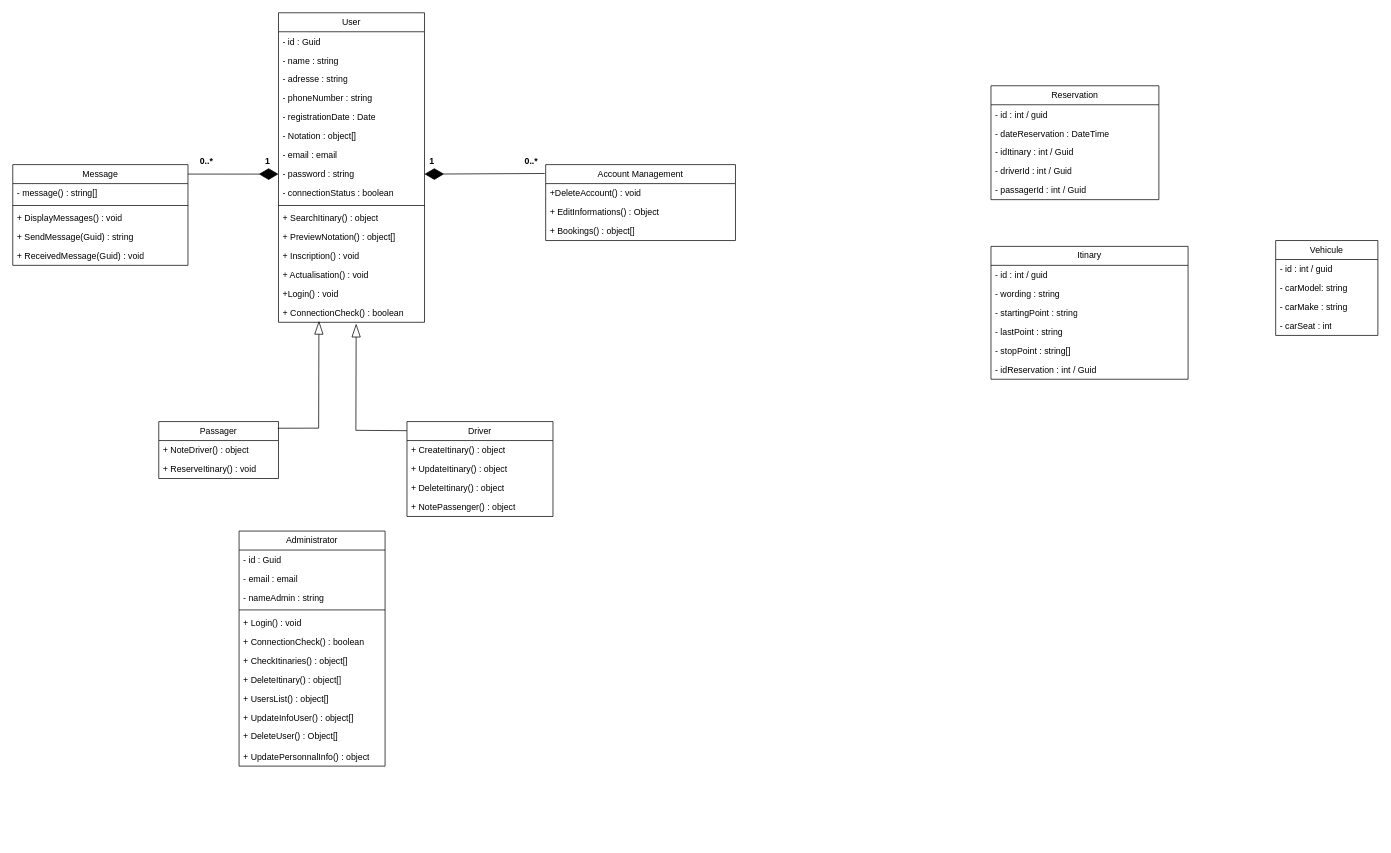
This is uml/DiagrammeClasses.drawio from Mathieu-Maillot/projetFileRouge, a draw.io file, before an edit. Source tidied: cells renumbered, new cells numbered last; positions are measured from the earlier drawing's top-left corner, leaving out a move shared by most shapes. Both pictures are drawn from the tidied source at 73%, with x=0, y=0 at pixel (12, 12).
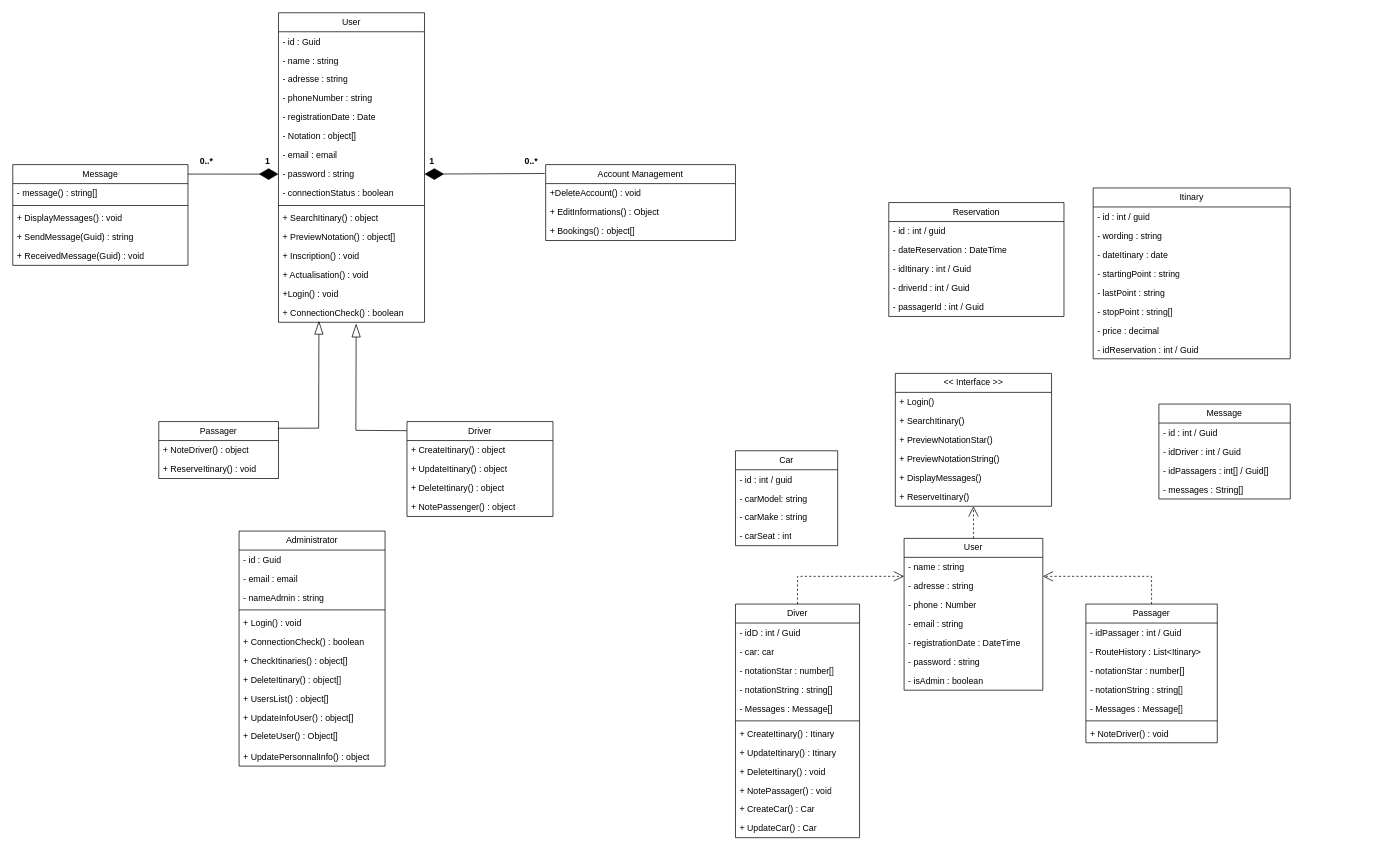
Above is the later version.

Diff of the diagram source:
```diff
@@
     <mxCell id="58" value="Reservation" style="swimlane;fontStyle=0;horizontal=1;startSize=26;fillColor=none;whiteSpace=wrap;html=1;" parent="1" vertex="1">
-      <mxGeometry x="1340" y="100" width="230" height="156" as="geometry" />
+      <mxGeometry x="1200" y="260" width="240" height="156" as="geometry" />
     </mxCell>
     <mxCell id="59" value="- id : int / guid" style="text;strokeColor=none;fillColor=none;align=left;verticalAlign=top;spacingLeft=4;spacingRight=4;overflow=hidden;whiteSpace=wrap;html=1;" parent="58" vertex="1">
-      <mxGeometry y="26" width="230" height="26" as="geometry" />
+      <mxGeometry y="26" width="240" height="26" as="geometry" />
     </mxCell>
     <mxCell id="60" value="- dateReservation : DateTime" style="text;strokeColor=none;fillColor=none;align=left;verticalAlign=top;spacingLeft=4;spacingRight=4;overflow=hidden;whiteSpace=wrap;html=1;" parent="58" vertex="1">
-      <mxGeometry y="52" width="230" height="26" as="geometry" />
+      <mxGeometry y="52" width="240" height="26" as="geometry" />
     </mxCell>
     <mxCell id="61" value="- idItinary : int / Guid" style="text;strokeColor=none;fillColor=none;align=left;verticalAlign=top;spacingLeft=4;spacingRight=4;overflow=hidden;whiteSpace=wrap;html=1;" parent="58" vertex="1">
-      <mxGeometry y="78" width="230" height="26" as="geometry" />
+      <mxGeometry y="78" width="240" height="26" as="geometry" />
     </mxCell>
     <mxCell id="62" value="- driverId : int / Guid" style="text;strokeColor=none;fillColor=none;align=left;verticalAlign=top;spacingLeft=4;spacingRight=4;overflow=hidden;whiteSpace=wrap;html=1;" parent="58" vertex="1">
-      <mxGeometry y="104" width="230" height="26" as="geometry" />
+      <mxGeometry y="104" width="240" height="26" as="geometry" />
     </mxCell>
     <mxCell id="63" value="- passagerId : int / Guid" style="text;strokeColor=none;fillColor=none;align=left;verticalAlign=top;spacingLeft=4;spacingRight=4;overflow=hidden;whiteSpace=wrap;html=1;" parent="58" vertex="1">
-      <mxGeometry y="130" width="230" height="26" as="geometry" />
+      <mxGeometry y="130" width="240" height="26" as="geometry" />
     </mxCell>
     <mxCell id="64" value="Itinary" style="swimlane;fontStyle=0;horizontal=1;startSize=26;fillColor=none;whiteSpace=wrap;html=1;" parent="1" vertex="1">
-      <mxGeometry x="1340" y="320" width="270" height="182" as="geometry" />
+      <mxGeometry x="1480" y="240" width="270" height="234" as="geometry" />
     </mxCell>
@@
+    <mxCell id="76" value="- dateItinary : date" style="text;strokeColor=none;fillColor=none;align=left;verticalAlign=top;spacingLeft=4;spacingRight=4;overflow=hidden;whiteSpace=wrap;html=1;" parent="64" vertex="1">
+      <mxGeometry y="78" width="270" height="26" as="geometry" />
+    </mxCell>
     <mxCell id="67" value="- startingPoint : string" style="text;strokeColor=none;fillColor=none;align=left;verticalAlign=top;spacingLeft=4;spacingRight=4;overflow=hidden;whiteSpace=wrap;html=1;" parent="64" vertex="1">
-      <mxGeometry y="78" width="270" height="26" as="geometry" />
+      <mxGeometry y="104" width="270" height="26" as="geometry" />
     </mxCell>
     <mxCell id="68" value="- lastPoint : string" style="text;strokeColor=none;fillColor=none;align=left;verticalAlign=top;spacingLeft=4;spacingRight=4;overflow=hidden;whiteSpace=wrap;html=1;" parent="64" vertex="1">
-      <mxGeometry y="104" width="270" height="26" as="geometry" />
+      <mxGeometry y="130" width="270" height="26" as="geometry" />
     </mxCell>
     <mxCell id="69" value="- stopPoint : string[]" style="text;strokeColor=none;fillColor=none;align=left;verticalAlign=top;spacingLeft=4;spacingRight=4;overflow=hidden;whiteSpace=wrap;html=1;" parent="64" vertex="1">
-      <mxGeometry y="130" width="270" height="26" as="geometry" />
+      <mxGeometry y="156" width="270" height="26" as="geometry" />
     </mxCell>
+    <mxCell id="77" value="- price : decimal" style="text;strokeColor=none;fillColor=none;align=left;verticalAlign=top;spacingLeft=4;spacingRight=4;overflow=hidden;whiteSpace=wrap;html=1;" parent="64" vertex="1">
+      <mxGeometry y="182" width="270" height="26" as="geometry" />
+    </mxCell>
     <mxCell id="70" value="- idReservation : int / Guid" style="text;strokeColor=none;fillColor=none;align=left;verticalAlign=top;spacingLeft=4;spacingRight=4;overflow=hidden;whiteSpace=wrap;html=1;" parent="64" vertex="1">
-      <mxGeometry y="156" width="270" height="26" as="geometry" />
+      <mxGeometry y="208" width="270" height="26" as="geometry" />
     </mxCell>
-    <mxCell id="71" value="Vehicule" style="swimlane;fontStyle=0;horizontal=1;startSize=26;fillColor=none;whiteSpace=wrap;html=1;" parent="1" vertex="1">
-      <mxGeometry x="1730" y="312" width="140" height="130" as="geometry" />
+    <mxCell id="71" value="Car" style="swimlane;fontStyle=0;horizontal=1;startSize=26;fillColor=none;whiteSpace=wrap;html=1;" parent="1" vertex="1">
+      <mxGeometry x="990" y="600" width="140" height="130" as="geometry" />
     </mxCell>
@@
+    <mxCell id="78" value="Diver" style="swimlane;fontStyle=0;horizontal=1;startSize=26;fillColor=none;whiteSpace=wrap;html=1;" parent="1" vertex="1">
+      <mxGeometry x="990" y="810" width="170" height="320" as="geometry" />
+    </mxCell>
+    <mxCell id="79" value="- idD : int / Guid" style="text;strokeColor=none;fillColor=none;align=left;verticalAlign=top;spacingLeft=4;spacingRight=4;overflow=hidden;whiteSpace=wrap;html=1;" parent="78" vertex="1">
+      <mxGeometry y="26" width="170" height="26" as="geometry" />
+    </mxCell>
+    <mxCell id="80" value="- car: car" style="text;strokeColor=none;fillColor=none;align=left;verticalAlign=top;spacingLeft=4;spacingRight=4;overflow=hidden;whiteSpace=wrap;html=1;" parent="78" vertex="1">
+      <mxGeometry y="52" width="170" height="26" as="geometry" />
+    </mxCell>
+    <mxCell id="81" value="- notationStar : number[]" style="text;strokeColor=none;fillColor=none;align=left;verticalAlign=top;spacingLeft=4;spacingRight=4;overflow=hidden;whiteSpace=wrap;html=1;" parent="78" vertex="1">
+      <mxGeometry y="78" width="170" height="26" as="geometry" />
+    </mxCell>
+    <mxCell id="82" value="- notationString : string[]" style="text;strokeColor=none;fillColor=none;align=left;verticalAlign=top;spacingLeft=4;spacingRight=4;overflow=hidden;whiteSpace=wrap;html=1;" parent="78" vertex="1">
+      <mxGeometry y="104" width="170" height="26" as="geometry" />
+    </mxCell>
+    <mxCell id="83" value="- Messages : Message[]" style="text;strokeColor=none;fillColor=none;align=left;verticalAlign=top;spacingLeft=4;spacingRight=4;overflow=hidden;whiteSpace=wrap;html=1;" parent="78" vertex="1">
+      <mxGeometry y="130" width="170" height="26" as="geometry" />
+    </mxCell>
+    <mxCell id="84" style="line;strokeWidth=1;fillColor=none;align=left;verticalAlign=middle;spacingTop=-1;spacingLeft=3;spacingRight=3;labelPosition=right;strokeColor=inherit;" parent="78" vertex="1">
+      <mxGeometry y="156" width="170" height="8" as="geometry" />
+    </mxCell>
+    <mxCell id="85" value="&lt;div&gt;+ CreateItinary() : Itinary&lt;/div&gt;" style="text;strokeColor=none;fillColor=none;align=left;verticalAlign=top;spacingLeft=4;spacingRight=4;overflow=hidden;whiteSpace=wrap;html=1;" parent="78" vertex="1">
+      <mxGeometry y="164" width="170" height="26" as="geometry" />
+    </mxCell>
+    <mxCell id="86" value="+ UpdateItinary() : Itinary" style="text;strokeColor=none;fillColor=none;align=left;verticalAlign=top;spacingLeft=4;spacingRight=4;overflow=hidden;whiteSpace=wrap;html=1;" parent="78" vertex="1">
+      <mxGeometry y="190" width="170" height="26" as="geometry" />
+    </mxCell>
+    <mxCell id="87" value="+ DeleteItinary() : void" style="text;strokeColor=none;fillColor=none;align=left;verticalAlign=top;spacingLeft=4;spacingRight=4;overflow=hidden;whiteSpace=wrap;html=1;" parent="78" vertex="1">
+      <mxGeometry y="216" width="170" height="26" as="geometry" />
+    </mxCell>
+    <mxCell id="88" value="+ NotePassager() : void" style="text;strokeColor=none;fillColor=none;align=left;verticalAlign=top;spacingLeft=4;spacingRight=4;overflow=hidden;whiteSpace=wrap;html=1;" parent="78" vertex="1">
+      <mxGeometry y="242" width="170" height="26" as="geometry" />
+    </mxCell>
+    <mxCell id="89" value="+ CreateCar() : Car" style="text;strokeColor=none;fillColor=none;align=left;verticalAlign=top;spacingLeft=4;spacingRight=4;overflow=hidden;whiteSpace=wrap;html=1;" parent="78" vertex="1">
+      <mxGeometry y="268" width="170" height="26" as="geometry" />
+    </mxCell>
+    <mxCell id="90" value="+ UpdateCar() : Car" style="text;strokeColor=none;fillColor=none;align=left;verticalAlign=top;spacingLeft=4;spacingRight=4;overflow=hidden;whiteSpace=wrap;html=1;" parent="78" vertex="1">
+      <mxGeometry y="294" width="170" height="26" as="geometry" />
+    </mxCell>
+    <mxCell id="91" value="Passager" style="swimlane;fontStyle=0;horizontal=1;startSize=26;fillColor=none;whiteSpace=wrap;html=1;" parent="1" vertex="1">
+      <mxGeometry x="1470" y="810" width="180" height="190" as="geometry" />
+    </mxCell>
+    <mxCell id="92" value="- idPassager : int / Guid" style="text;strokeColor=none;fillColor=none;align=left;verticalAlign=top;spacingLeft=4;spacingRight=4;overflow=hidden;whiteSpace=wrap;html=1;" parent="91" vertex="1">
+      <mxGeometry y="26" width="180" height="26" as="geometry" />
+    </mxCell>
+    <mxCell id="93" value="- RouteHistory : List&amp;lt;Itinary&amp;gt;" style="text;strokeColor=none;fillColor=none;align=left;verticalAlign=top;spacingLeft=4;spacingRight=4;overflow=hidden;whiteSpace=wrap;html=1;" parent="91" vertex="1">
+      <mxGeometry y="52" width="180" height="26" as="geometry" />
+    </mxCell>
+    <mxCell id="94" value="- notationStar : number[]" style="text;strokeColor=none;fillColor=none;align=left;verticalAlign=top;spacingLeft=4;spacingRight=4;overflow=hidden;whiteSpace=wrap;html=1;" parent="91" vertex="1">
+      <mxGeometry y="78" width="180" height="26" as="geometry" />
+    </mxCell>
+    <mxCell id="95" value="- notationString : string[]" style="text;strokeColor=none;fillColor=none;align=left;verticalAlign=top;spacingLeft=4;spacingRight=4;overflow=hidden;whiteSpace=wrap;html=1;" parent="91" vertex="1">
+      <mxGeometry y="104" width="180" height="26" as="geometry" />
+    </mxCell>
+    <mxCell id="96" value="- Messages : Message[]" style="text;strokeColor=none;fillColor=none;align=left;verticalAlign=top;spacingLeft=4;spacingRight=4;overflow=hidden;whiteSpace=wrap;html=1;" parent="91" vertex="1">
+      <mxGeometry y="130" width="180" height="26" as="geometry" />
+    </mxCell>
+    <mxCell id="97" style="line;strokeWidth=1;fillColor=none;align=left;verticalAlign=middle;spacingTop=-1;spacingLeft=3;spacingRight=3;labelPosition=right;strokeColor=inherit;" parent="91" vertex="1">
+      <mxGeometry y="156" width="180" height="8" as="geometry" />
+    </mxCell>
+    <mxCell id="98" value="+ NoteDriver() : void" style="text;strokeColor=none;fillColor=none;align=left;verticalAlign=top;spacingLeft=4;spacingRight=4;overflow=hidden;whiteSpace=wrap;html=1;" parent="91" vertex="1">
+      <mxGeometry y="164" width="180" height="26" as="geometry" />
+    </mxCell>
+    <mxCell id="99" value="User" style="swimlane;fontStyle=0;horizontal=1;startSize=26;fillColor=none;whiteSpace=wrap;html=1;" parent="1" vertex="1">
+      <mxGeometry x="1221" y="720" width="190" height="208" as="geometry" />
+    </mxCell>
+    <mxCell id="100" value="- name : string" style="text;strokeColor=none;fillColor=none;align=left;verticalAlign=top;spacingLeft=4;spacingRight=4;overflow=hidden;whiteSpace=wrap;html=1;" parent="99" vertex="1">
+      <mxGeometry y="26" width="190" height="26" as="geometry" />
+    </mxCell>
+    <mxCell id="101" value="- adresse : string" style="text;strokeColor=none;fillColor=none;align=left;verticalAlign=top;spacingLeft=4;spacingRight=4;overflow=hidden;whiteSpace=wrap;html=1;" parent="99" vertex="1">
+      <mxGeometry y="52" width="190" height="26" as="geometry" />
+    </mxCell>
+    <mxCell id="102" value="- phone : Number" style="text;strokeColor=none;fillColor=none;align=left;verticalAlign=top;spacingLeft=4;spacingRight=4;overflow=hidden;whiteSpace=wrap;html=1;" parent="99" vertex="1">
+      <mxGeometry y="78" width="190" height="26" as="geometry" />
+    </mxCell>
+    <mxCell id="103" value="- email : string" style="text;strokeColor=none;fillColor=none;align=left;verticalAlign=top;spacingLeft=4;spacingRight=4;overflow=hidden;whiteSpace=wrap;html=1;" parent="99" vertex="1">
+      <mxGeometry y="104" width="190" height="26" as="geometry" />
+    </mxCell>
+    <mxCell id="104" value="- registrationDate : DateTime" style="text;strokeColor=none;fillColor=none;align=left;verticalAlign=top;spacingLeft=4;spacingRight=4;overflow=hidden;whiteSpace=wrap;html=1;" parent="99" vertex="1">
+      <mxGeometry y="130" width="190" height="26" as="geometry" />
+    </mxCell>
+    <mxCell id="105" value="- password : string" style="text;strokeColor=none;fillColor=none;align=left;verticalAlign=top;spacingLeft=4;spacingRight=4;overflow=hidden;whiteSpace=wrap;html=1;" parent="99" vertex="1">
+      <mxGeometry y="156" width="190" height="26" as="geometry" />
+    </mxCell>
+    <mxCell id="106" value="- isAdmin : boolean" style="text;strokeColor=none;fillColor=none;align=left;verticalAlign=top;spacingLeft=4;spacingRight=4;overflow=hidden;whiteSpace=wrap;html=1;" parent="99" vertex="1">
+      <mxGeometry y="182" width="190" height="26" as="geometry" />
+    </mxCell>
+    <mxCell id="107" value="&amp;lt;&amp;lt; Interface &amp;gt;&amp;gt;" style="swimlane;fontStyle=0;horizontal=1;startSize=26;fillColor=none;whiteSpace=wrap;html=1;" parent="1" vertex="1">
+      <mxGeometry x="1209" y="494" width="214" height="182" as="geometry" />
+    </mxCell>
+    <mxCell id="108" value="+ Login()" style="text;strokeColor=none;fillColor=none;align=left;verticalAlign=top;spacingLeft=4;spacingRight=4;overflow=hidden;whiteSpace=wrap;html=1;" parent="107" vertex="1">
+      <mxGeometry y="26" width="214" height="26" as="geometry" />
+    </mxCell>
+    <mxCell id="109" value="+ SearchItinary()" style="text;strokeColor=none;fillColor=none;align=left;verticalAlign=top;spacingLeft=4;spacingRight=4;overflow=hidden;whiteSpace=wrap;html=1;" parent="107" vertex="1">
+      <mxGeometry y="52" width="214" height="26" as="geometry" />
+    </mxCell>
+    <mxCell id="110" value="+ PreviewNotationStar()" style="text;strokeColor=none;fillColor=none;align=left;verticalAlign=top;spacingLeft=4;spacingRight=4;overflow=hidden;whiteSpace=wrap;html=1;" parent="107" vertex="1">
+      <mxGeometry y="78" width="214" height="26" as="geometry" />
+    </mxCell>
+    <mxCell id="111" value="+ PreviewNotationString()" style="text;strokeColor=none;fillColor=none;align=left;verticalAlign=top;spacingLeft=4;spacingRight=4;overflow=hidden;whiteSpace=wrap;html=1;" parent="107" vertex="1">
+      <mxGeometry y="104" width="214" height="26" as="geometry" />
+    </mxCell>
+    <mxCell id="112" value="+ DisplayMessages()" style="text;strokeColor=none;fillColor=none;align=left;verticalAlign=top;spacingLeft=4;spacingRight=4;overflow=hidden;whiteSpace=wrap;html=1;" parent="107" vertex="1">
+      <mxGeometry y="130" width="214" height="26" as="geometry" />
+    </mxCell>
+    <mxCell id="113" value="+ ReserveItinary()" style="text;strokeColor=none;fillColor=none;align=left;verticalAlign=top;spacingLeft=4;spacingRight=4;overflow=hidden;whiteSpace=wrap;html=1;" parent="107" vertex="1">
+      <mxGeometry y="156" width="214" height="26" as="geometry" />
+    </mxCell>
+    <mxCell id="114" style="endArrow=open;endSize=12;dashed=1;html=1;rounded=0;exitX=0.5;exitY=0;exitDx=0;exitDy=0;entryX=0.5;entryY=1;entryDx=0;entryDy=0;" parent="1" edge="1" source="99" target="107">
+      <mxGeometry relative="1" as="geometry" />
+    </mxCell>
+    <mxCell id="115" style="endArrow=open;endSize=12;dashed=1;html=1;rounded=0;exitX=0.5;exitY=0;exitDx=0;exitDy=0;entryX=1;entryY=0.25;entryDx=0;entryDy=0;" parent="1" edge="1" source="91" target="99">
+      <mxGeometry relative="1" as="geometry">
+        <Array as="points">
+          <mxPoint x="1560" y="772" />
+        </Array>
+      </mxGeometry>
+    </mxCell>
+    <mxCell id="116" style="endArrow=open;endSize=12;dashed=1;html=1;rounded=0;exitX=0.5;exitY=0;exitDx=0;exitDy=0;entryX=0;entryY=0.25;entryDx=0;entryDy=0;" parent="1" edge="1" source="78" target="99">
+      <mxGeometry relative="1" as="geometry">
+        <Array as="points">
+          <mxPoint x="1075" y="772" />
+        </Array>
+      </mxGeometry>
+    </mxCell>
+    <mxCell id="117" value="Message" style="swimlane;fontStyle=0;horizontal=1;startSize=26;fillColor=none;whiteSpace=wrap;html=1;" parent="1" vertex="1">
+      <mxGeometry x="1570" y="536" width="180" height="130" as="geometry" />
+    </mxCell>
+    <mxCell id="118" value="- id : int / Guid" style="text;strokeColor=none;fillColor=none;align=left;verticalAlign=top;spacingLeft=4;spacingRight=4;overflow=hidden;whiteSpace=wrap;html=1;" parent="117" vertex="1">
+      <mxGeometry y="26" width="180" height="26" as="geometry" />
+    </mxCell>
+    <mxCell id="119" value="- idDriver : int / Guid" style="text;strokeColor=none;fillColor=none;align=left;verticalAlign=top;spacingLeft=4;spacingRight=4;overflow=hidden;whiteSpace=wrap;html=1;" parent="117" vertex="1">
+      <mxGeometry y="52" width="180" height="26" as="geometry" />
+    </mxCell>
+    <mxCell id="120" value="- idPassagers : int[] / Guid[]" style="text;strokeColor=none;fillColor=none;align=left;verticalAlign=top;spacingLeft=4;spacingRight=4;overflow=hidden;whiteSpace=wrap;html=1;" parent="117" vertex="1">
+      <mxGeometry y="78" width="180" height="26" as="geometry" />
+    </mxCell>
+    <mxCell id="121" value="- messages : String[]" style="text;strokeColor=none;fillColor=none;align=left;verticalAlign=top;spacingLeft=4;spacingRight=4;overflow=hidden;whiteSpace=wrap;html=1;" parent="117" vertex="1">
+      <mxGeometry y="104" width="180" height="26" as="geometry" />
+    </mxCell>
```
